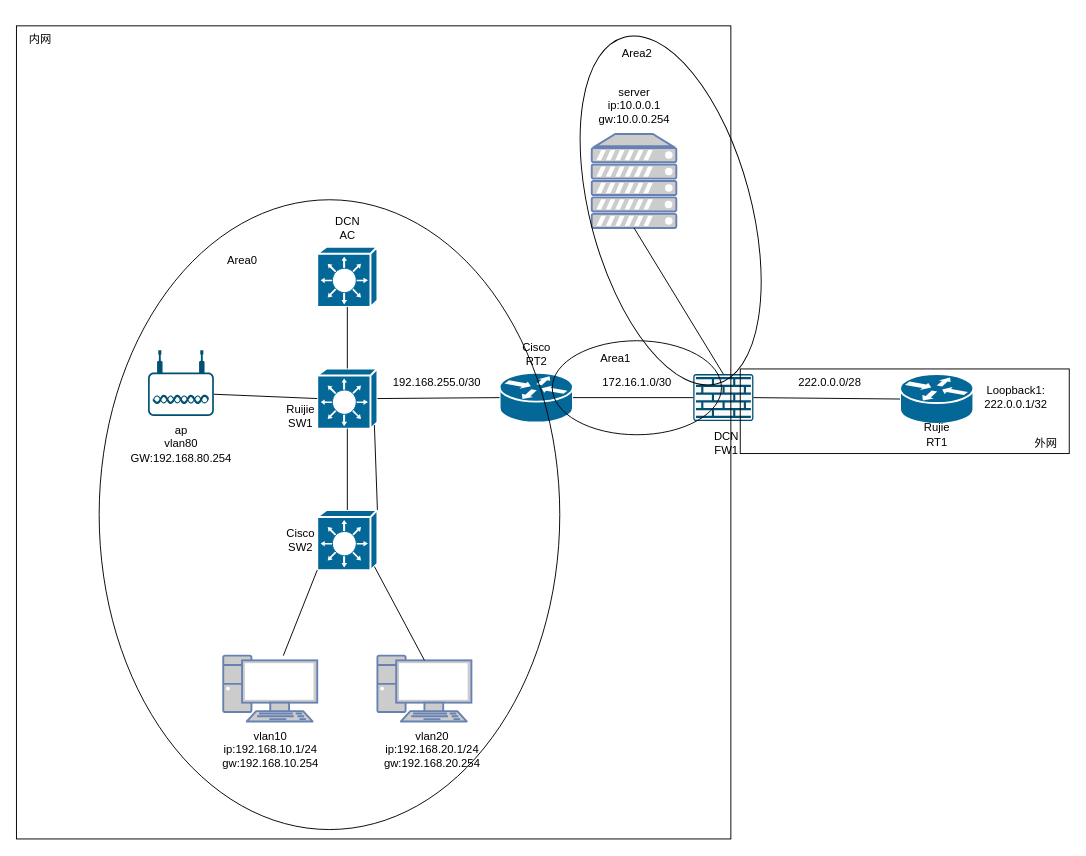
Above: Network/top3.drawio in Naruterador/Networkt_topology (draw.io), before the change. Source tidied: cells renumbered, new cells numbered last; positions are measured from the earlier drawing's top-left corner, leaving out a move shared by most shapes. Both pictures are drawn from the tidied source at 94%, with x=0, y=0 at pixel (16, 25).
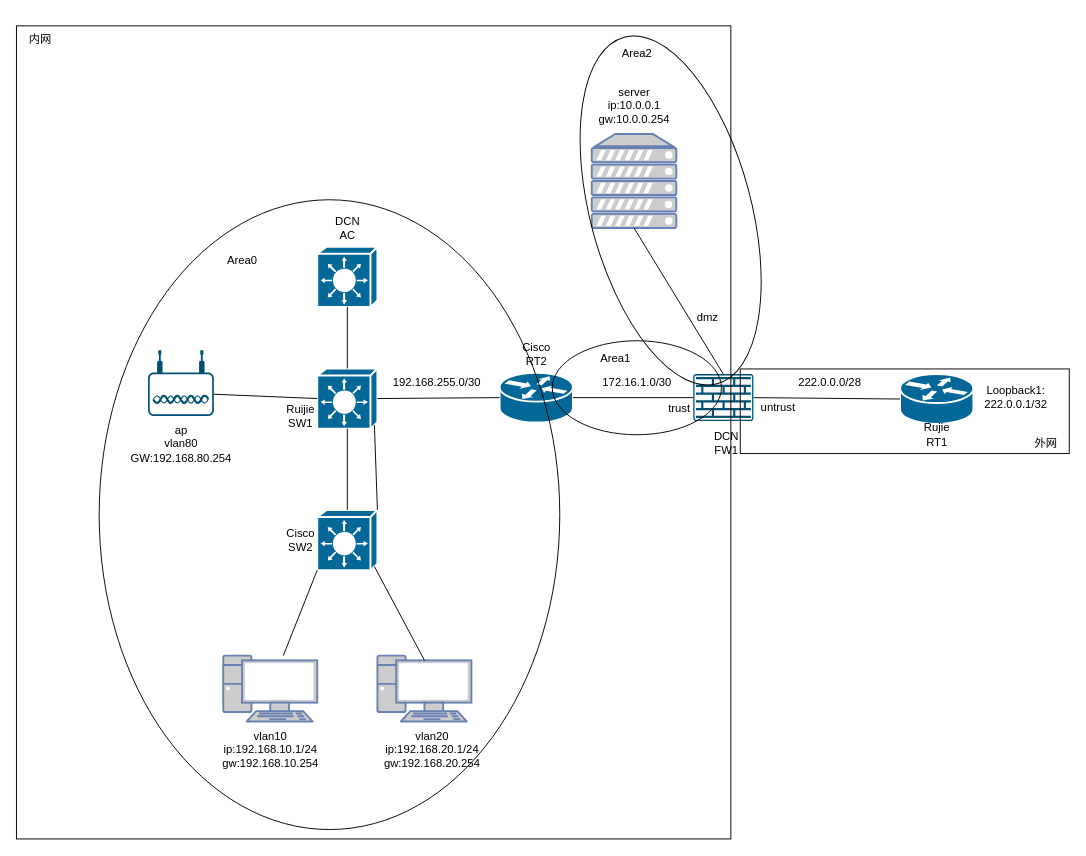
The same diagram, later.

Change to the diagram source:
```diff
@@
+    <mxCell id="46" value="trust" style="text;html=1;align=center;verticalAlign=middle;strokeColor=none;fillColor=none;" parent="1" vertex="1">
+      <mxGeometry x="680" y="392" width="50" height="30" as="geometry" />
+    </mxCell>
+    <mxCell id="47" value="untrust" style="text;html=1;align=center;verticalAlign=middle;strokeColor=none;fillColor=none;" parent="1" vertex="1">
+      <mxGeometry x="780" y="390.5" width="60" height="30" as="geometry" />
+    </mxCell>
+    <mxCell id="48" value="dmz" style="text;html=1;align=center;verticalAlign=middle;strokeColor=none;fillColor=none;" parent="1" vertex="1">
+      <mxGeometry x="710" y="295" width="50" height="30" as="geometry" />
+    </mxCell>
```
